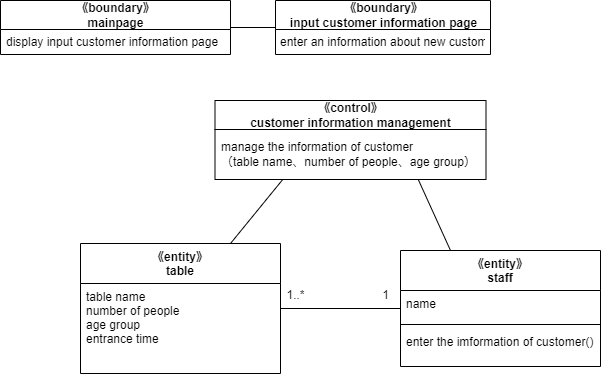
Above: psp4/設計モデルのクラス/設計モデルクラス図_新規客.drawio.png in MasakiHiguchi/--- (draw.io), before the change. Source tidied: cells renumbered, new cells last; positions are measured from the earlier drawing's top-left corner, leaving out a move shared by most shapes.
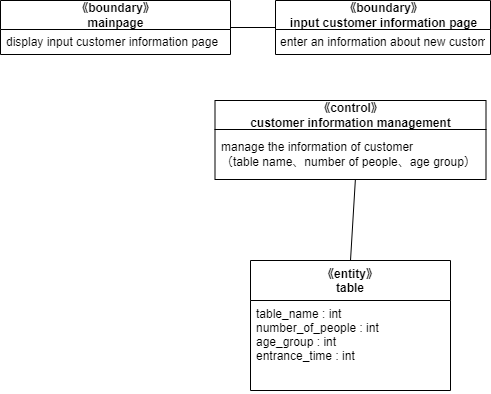
Later version of the same file.

What changed in the source:
```diff
@@ -23,38 +23,14 @@
     <mxCell id="8" value="manage the information of customer&lt;br&gt;（table name、number of people、age group）" style="text;html=1;strokeColor=none;fillColor=none;align=left;verticalAlign=middle;spacingLeft=4;spacingRight=4;overflow=hidden;points=[[0,0.5],[1,0.5]];portConstraint=eastwest;" parent="7" vertex="1">
       <mxGeometry y="29" width="271" height="50" as="geometry" />
     </mxCell>
-    <mxCell id="9" style="edgeStyle=none;html=1;exitX=0.75;exitY=0;exitDx=0;exitDy=0;entryX=0.25;entryY=1;entryDx=0;entryDy=0;endArrow=none;endFill=0;" parent="1" edge="1" source="10" target="7">
+    <mxCell id="9" style="edgeStyle=none;html=1;exitX=0.5;exitY=0;exitDx=0;exitDy=0;entryX=0.518;entryY=0.998;entryDx=0;entryDy=0;endArrow=none;endFill=0;entryPerimeter=0;" parent="1" edge="1" source="10" target="8">
       <mxGeometry relative="1" as="geometry" />
     </mxCell>
     <mxCell id="10" value="《entity》&#10;table" style="swimlane;fontStyle=1;align=center;verticalAlign=top;horizontal=1;startSize=40;" parent="1" vertex="1">
-      <mxGeometry x="80" y="243" width="200" height="130" as="geometry" />
+      <mxGeometry x="250" y="260" width="200" height="130" as="geometry" />
     </mxCell>
-    <mxCell id="11" value="table name&#10;number of people&#10;age group&#10;entrance time" style="text;strokeColor=none;fillColor=none;align=left;verticalAlign=top;spacingLeft=4;spacingRight=4;overflow=hidden;" parent="10" vertex="1">
+    <mxCell id="11" value="table_name : int&#10;number_of_people : int&#10;age_group : int&#10;entrance_time : int" style="text;strokeColor=none;fillColor=none;align=left;verticalAlign=top;spacingLeft=4;spacingRight=4;overflow=hidden;" parent="10" vertex="1">
       <mxGeometry y="40" width="200" height="90" as="geometry" />
     </mxCell>
-    <mxCell id="12" style="edgeStyle=none;html=1;exitX=0;exitY=0.5;exitDx=0;exitDy=0;entryX=1;entryY=0.5;entryDx=0;entryDy=0;endArrow=none;endFill=0;" parent="1" edge="1" source="14" target="10">
-      <mxGeometry relative="1" as="geometry" />
-    </mxCell>
-    <mxCell id="13" style="edgeStyle=none;html=1;exitX=0.25;exitY=0;exitDx=0;exitDy=0;entryX=0.75;entryY=1;entryDx=0;entryDy=0;endArrow=none;endFill=0;" parent="1" edge="1" source="14" target="7">
-      <mxGeometry relative="1" as="geometry" />
-    </mxCell>
-    <mxCell id="14" value="《entity》&#10;staff" style="swimlane;fontStyle=1;align=center;verticalAlign=top;horizontal=1;startSize=40;" parent="1" vertex="1">
-      <mxGeometry x="400" y="250" width="200" height="116" as="geometry" />
-    </mxCell>
-    <mxCell id="15" value="name" style="text;strokeColor=none;fillColor=none;align=left;verticalAlign=top;spacingLeft=4;spacingRight=4;overflow=hidden;" parent="14" vertex="1">
-      <mxGeometry y="40" width="200" height="30" as="geometry" />
-    </mxCell>
-    <mxCell id="16" style="line;strokeWidth=1;fillColor=none;align=left;verticalAlign=middle;spacingTop=-1;spacingLeft=3;spacingRight=3;labelPosition=right;strokeColor=inherit;" parent="14" vertex="1">
-      <mxGeometry y="70" width="200" height="8" as="geometry" />
-    </mxCell>
-    <mxCell id="17" value="enter the imformation of customer()" style="text;strokeColor=none;fillColor=none;align=left;verticalAlign=top;spacingLeft=4;spacingRight=4;overflow=hidden;" parent="14" vertex="1">
-      <mxGeometry y="78" width="200" height="38" as="geometry" />
-    </mxCell>
-    <mxCell id="18" value="1" style="text;html=1;align=center;verticalAlign=middle;strokeColor=none;fillColor=none;" parent="1" vertex="1">
-      <mxGeometry x="370" y="280" width="30" height="30" as="geometry" />
-    </mxCell>
-    <mxCell id="19" value="1..*" style="text;html=1;align=center;verticalAlign=middle;strokeColor=none;fillColor=none;" parent="1" vertex="1">
-      <mxGeometry x="275" y="280" width="40" height="30" as="geometry" />
-    </mxCell>
   </root>
 </mxGraphModel>
```
